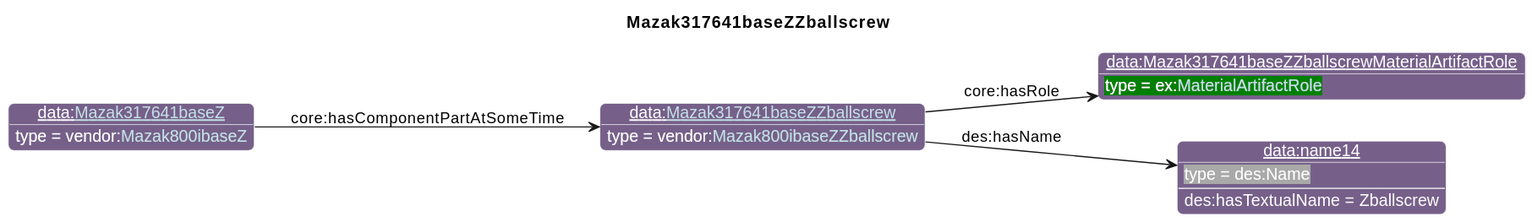
Earlier version of the PlantUML export diagrams/Mazak317641baseZZballscrew.svg (iofoundry/example-syseng-mtconnect).
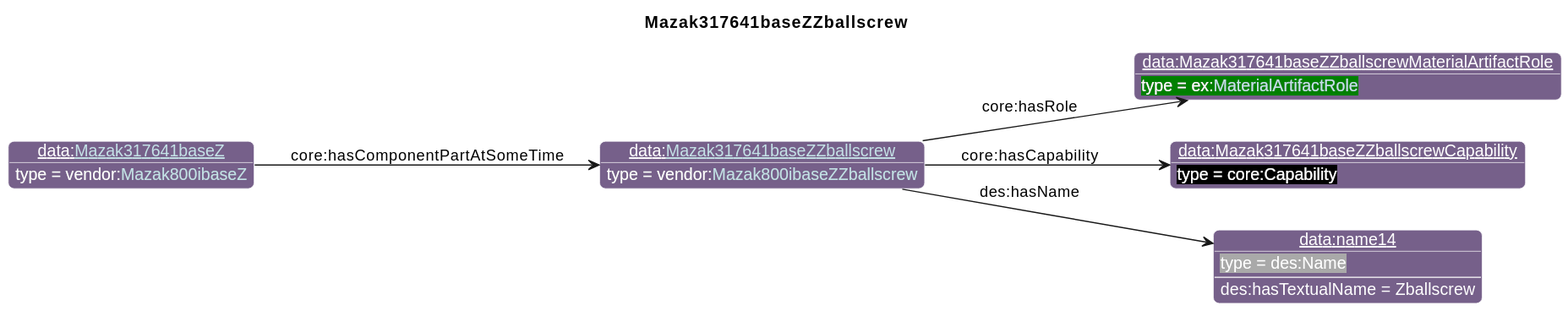
After the change.

The edit, as a diff of the source:
```diff
@@ -27,10 +27,12 @@
       }
 individual(o0, data:[[./Mazak317641baseZZballscrew.html Mazak317641baseZZballscrew]], vendor:[[../Mazak.html#Mazak800ibaseZZballscrew Mazak800ibaseZZballscrew]])
 individual(o1, data:Mazak317641baseZZballscrewMaterialArtifactRole, ex:[[../Example.html#MaterialArtifactRole MaterialArtifactRole]])
-individual(o2, data:name14, des:Name)
-individual(o3, data:[[./Mazak317641baseZ.html Mazak317641baseZ]], vendor:[[../Mazak.html#Mazak800ibaseZ Mazak800ibaseZ]])
+individual(o2, data:Mazak317641baseZZballscrewCapability, core:Capability)
+individual(o3, data:name14, des:Name)
+individual(o4, data:[[./Mazak317641baseZ.html Mazak317641baseZ]], vendor:[[../Mazak.html#Mazak800ibaseZ Mazak800ibaseZ]])
 property(o0, "core:hasRole", o1)
-property(o0, "des:hasName", o2)
-data(o2, "des:hasTextualName", "Zballscrew")
-property(o3, "core:hasComponentPartAtSomeTime", o0)
+property(o0, "core:hasCapability", o2)
+property(o0, "des:hasName", o3)
+data(o3, "des:hasTextualName", "Zballscrew")
+property(o4, "core:hasComponentPartAtSomeTime", o0)
 @enduml
```
